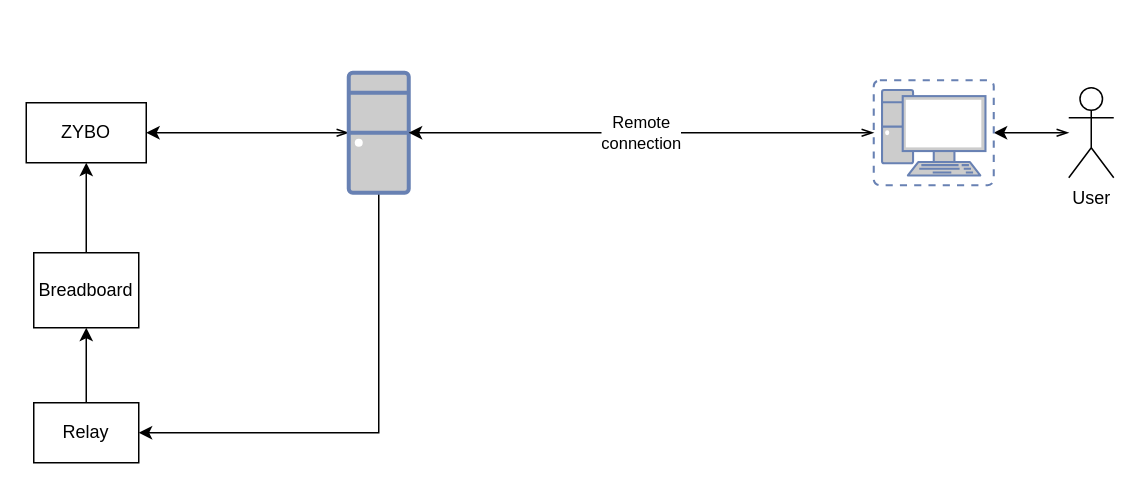
This is Current_lab_architecure.drawio from musfiqpolash/drawio, a draw.io file, before an edit. Source tidied: cells renumbered, new cells numbered last; positions are measured from the earlier drawing's top-left corner, leaving out a move shared by most shapes. Both pictures are drawn from the tidied source at 150%, with x=0, y=0 at pixel (26, 72). Pictures stored in the file or linked from it are replaced by grey dashed boxes.
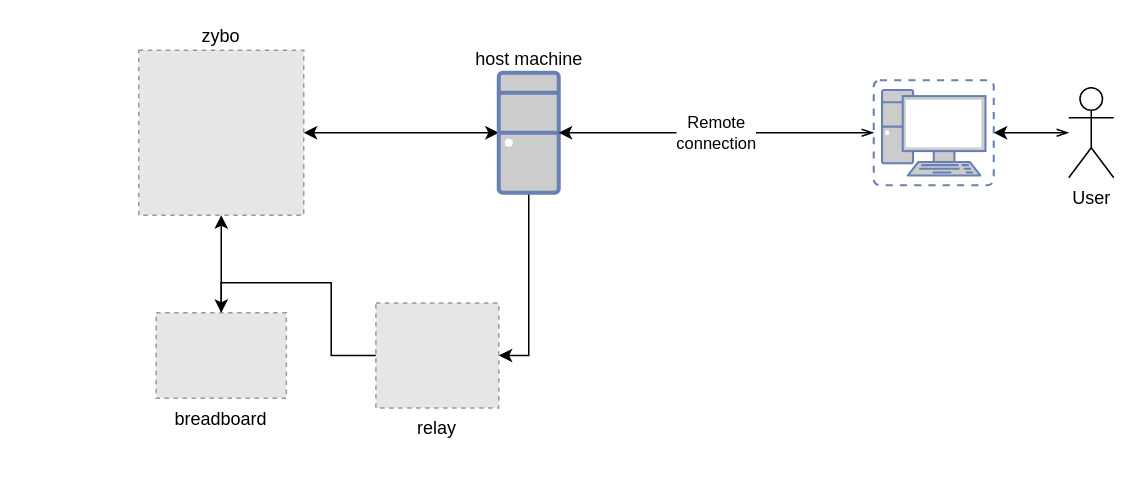
The same diagram, later.

The edit, as a diff of the source:
```diff
@@
 <mxGraphModel>
   <root>
     <mxCell id="0" />
     <mxCell id="1" parent="0" />
-    <mxCell id="2" style="edgeStyle=orthogonalEdgeStyle;rounded=0;jettySize=auto;html=1;entryX=1;entryY=0.5;entryDx=0;entryDy=0;endArrow=classic;endFill=1;strokeColor=default;startArrow=openThin;startFill=0;" parent="1" edge="1" source="4" target="5">
-      <mxGeometry relative="1" as="geometry" />
-    </mxCell>
-    <mxCell id="3" style="edgeStyle=orthogonalEdgeStyle;rounded=0;jettySize=auto;html=1;entryX=0;entryY=0.5;entryDx=0;entryDy=0;" parent="1" edge="1" source="4" target="7">
-      <mxGeometry relative="1" as="geometry">
-        <Array as="points">
-          <mxPoint x="235" y="240" />
-        </Array>
-      </mxGeometry>
-    </mxCell>
+    <mxCell id="14" style="edgeStyle=orthogonalEdgeStyle;rounded=0;jettySize=auto;html=1;entryX=1;entryY=0.5;entryDx=0;entryDy=0;fontSize=12;endArrow=classic;endFill=1;startArrow=classic;startFill=1;" parent="1" edge="1" source="4" target="16">
+      <mxGeometry relative="1" as="geometry" />
+    </mxCell>
+    <mxCell id="15" style="edgeStyle=orthogonalEdgeStyle;rounded=0;jettySize=auto;html=1;entryX=1;entryY=0.5;entryDx=0;entryDy=0;fontSize=12;endArrow=classic;endFill=1;" parent="1" edge="1" source="4" target="20">
+      <mxGeometry relative="1" as="geometry" />
+    </mxCell>
-    <mxCell id="4" style="fontColor=#0066CC;verticalAlign=top;verticalLabelPosition=bottom;labelPosition=center;align=center;html=1;outlineConnect=0;fillColor=#CCCCCC;strokeColor=#6881B3;gradientColor=none;gradientDirection=north;strokeWidth=2;shape=mxgraph.networks.desktop_pc;" parent="1" vertex="1">
-      <mxGeometry x="215" width="40" height="80" as="geometry" />
+    <mxCell id="4" value="host machine" style="fontColor=#00080F;verticalAlign=bottom;verticalLabelPosition=top;labelPosition=center;align=center;html=1;outlineConnect=0;fillColor=#CCCCCC;strokeColor=#6881B3;gradientColor=none;gradientDirection=north;strokeWidth=2;shape=mxgraph.networks.desktop_pc;horizontal=1;" parent="1" vertex="1">
+      <mxGeometry x="315" width="40" height="80" as="geometry" />
     </mxCell>
-    <mxCell id="5" value="ZYBO" style="rounded=0;whiteSpace=wrap;html=1;" parent="1" vertex="1">
-      <mxGeometry y="20" width="80" height="40" as="geometry" />
-    </mxCell>
-    <mxCell id="6" style="edgeStyle=orthogonalEdgeStyle;rounded=0;jettySize=auto;html=1;" parent="1" edge="1" source="7" target="9">
-      <mxGeometry relative="1" as="geometry" />
-    </mxCell>
-    <mxCell id="7" value="Relay" style="rounded=0;whiteSpace=wrap;html=1;rotation=0;direction=west;" parent="1" vertex="1">
-      <mxGeometry x="5" y="220" width="70" height="40" as="geometry" />
-    </mxCell>
-    <mxCell id="8" style="edgeStyle=orthogonalEdgeStyle;rounded=0;jettySize=auto;html=1;" parent="1" edge="1" source="9" target="5">
-      <mxGeometry relative="1" as="geometry" />
-    </mxCell>
-    <mxCell id="9" value="Breadboard" style="rounded=0;whiteSpace=wrap;html=1;" parent="1" vertex="1">
-      <mxGeometry x="5" y="120" width="70" height="50" as="geometry" />
-    </mxCell>
     <mxCell id="10" style="edgeStyle=orthogonalEdgeStyle;rounded=0;jettySize=auto;html=1;strokeColor=default;startArrow=openThin;startFill=0;endArrow=classic;endFill=1;" parent="1" edge="1" source="11" target="13">
       <mxGeometry relative="1" as="geometry" />
     </mxCell>
     <mxCell id="11" value="User" style="shape=umlActor;verticalLabelPosition=bottom;verticalAlign=top;html=1;outlineConnect=0;" parent="1" vertex="1">
       <mxGeometry x="695" y="10" width="30" height="60" as="geometry" />
     </mxCell>
     <mxCell id="12" value="Remote&lt;br&gt;connection" style="edgeStyle=orthogonalEdgeStyle;rounded=0;jettySize=auto;html=1;strokeColor=default;startArrow=openThin;startFill=0;endArrow=classic;endFill=1;entryX=1;entryY=0.5;entryDx=0;entryDy=0;entryPerimeter=0;" parent="1" edge="1" source="13" target="4">
       <mxGeometry relative="1" as="geometry" />
     </mxCell>
     <mxCell id="13" style="fontColor=#0066CC;verticalAlign=top;verticalLabelPosition=bottom;labelPosition=center;align=center;html=1;outlineConnect=0;fillColor=#CCCCCC;strokeColor=#6881B3;gradientColor=none;gradientDirection=north;strokeWidth=2;shape=mxgraph.networks.virtual_pc;" parent="1" vertex="1">
       <mxGeometry x="565" y="5" width="80" height="70" as="geometry" />
     </mxCell>
+    <mxCell id="16" value="zybo" style="fillColor=#E6E6E6;strokeColor=#999999;dashed=1;verticalLabelPosition=top;verticalAlign=bottom;fontSize=12;align=center;labelPosition=center;" parent="1" vertex="1">
+      <mxGeometry x="75" y="-15" width="110" height="110" as="geometry" />
+    </mxCell>
+    <mxCell id="17" style="edgeStyle=orthogonalEdgeStyle;rounded=0;jettySize=auto;html=1;entryX=0.5;entryY=1;entryDx=0;entryDy=0;fontSize=12;endArrow=classic;endFill=1;" parent="1" edge="1" source="18" target="16">
+      <mxGeometry relative="1" as="geometry" />
+    </mxCell>
+    <mxCell id="18" value="breadboard" style="fillColor=#E6E6E6;strokeColor=#999999;dashed=1;verticalLabelPosition=bottom;verticalAlign=top;fontSize=12;" parent="1" vertex="1">
+      <mxGeometry x="86.6" y="160" width="86.8" height="57" as="geometry" />
+    </mxCell>
+    <mxCell id="19" style="edgeStyle=orthogonalEdgeStyle;rounded=0;jettySize=auto;html=1;entryX=0.5;entryY=0;entryDx=0;entryDy=0;fontSize=12;endArrow=classic;endFill=1;" parent="1" edge="1" source="20" target="18">
+      <mxGeometry relative="1" as="geometry" />
+    </mxCell>
+    <mxCell id="20" value="relay" style="fillColor=#E6E6E6;strokeColor=#999999;dashed=1;verticalLabelPosition=bottom;verticalAlign=top;fontSize=12;" parent="1" vertex="1">
+      <mxGeometry x="233.1" y="153.5" width="81.9" height="70" as="geometry" />
+    </mxCell>
   </root>
 </mxGraphModel>
```
